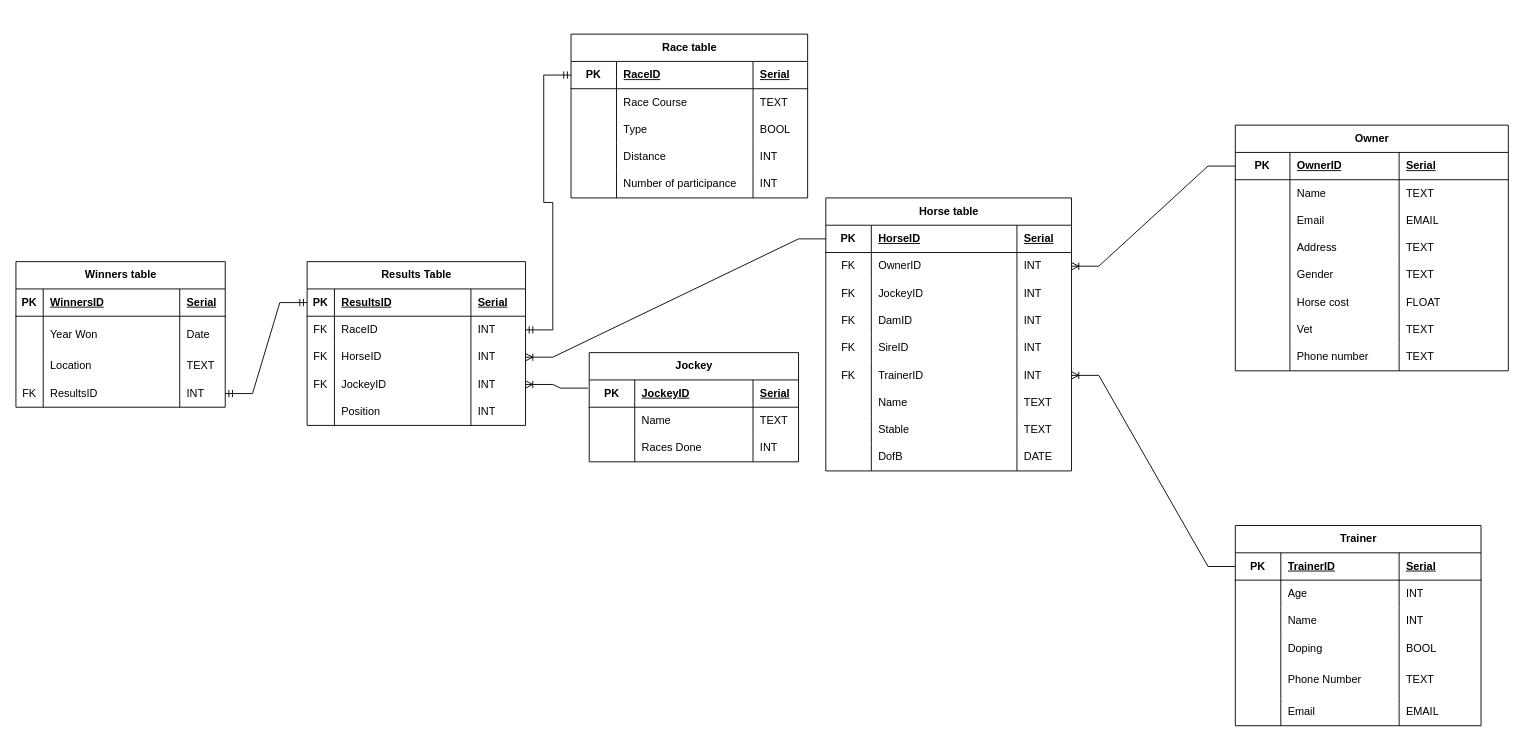
This is Database ERD.drawio from MRVN11/Database-ER-diagram, a draw.io file, before an edit. Source tidied: cells renumbered, new cells numbered last; positions are measured from the earlier drawing's top-left corner, leaving out a move shared by most shapes. Both pictures are drawn from the tidied source at 91%, with x=0, y=0 at pixel (15, 34).
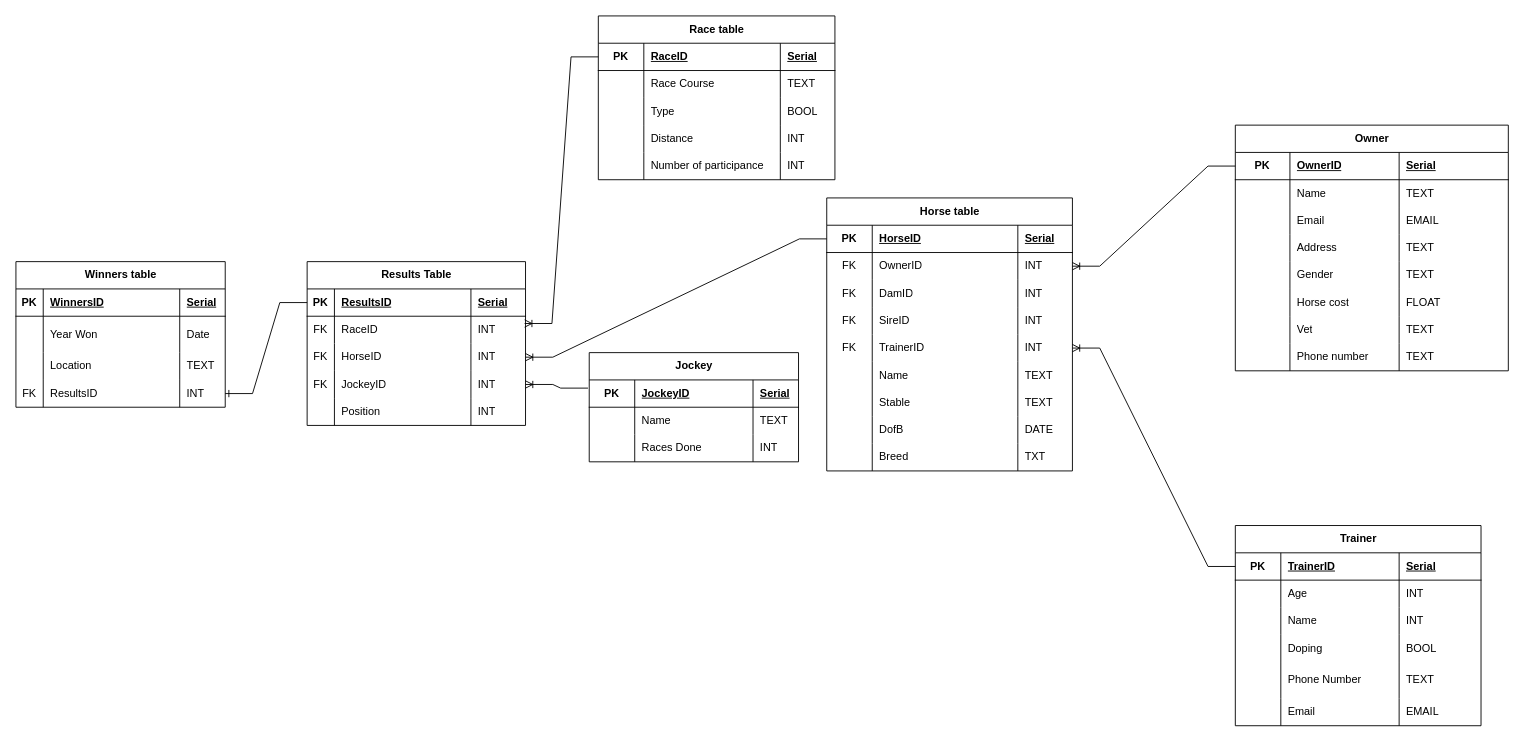
The same page after the edit.

The change refers to these unchanged cells:
```xml
<mxCell id="86" style="shape=tableRow;horizontal=0;startSize=0;swimlaneHead=0;swimlaneBody=0;fillColor=none;points=[[0,0.5],[1,0.5]];portConstraint=eastwest;top=0;left=0;right=0;bottom=1;" parent="85" vertex="1">
  <mxGeometry y="30" width="240" height="30" as="geometry" />
</mxCell>
<mxCell id="90" style="shape=tableRow;horizontal=0;startSize=0;swimlaneHead=0;swimlaneBody=0;fillColor=none;points=[[0,0.5],[1,0.5]];portConstraint=eastwest;top=0;left=0;right=0;bottom=0;" parent="85" vertex="1">
  <mxGeometry y="60" width="240" height="30" as="geometry" />
</mxCell>
<mxCell id="144" style="shape=tableRow;horizontal=0;startSize=0;swimlaneHead=0;swimlaneBody=0;fillColor=none;points=[[0,0.5],[1,0.5]];portConstraint=eastwest;top=0;left=0;right=0;bottom=0;" parent="131" vertex="1">
  <mxGeometry y="130" width="230" height="30" as="geometry" />
</mxCell>
<mxCell id="149" style="shape=tableRow;horizontal=0;startSize=0;swimlaneHead=0;swimlaneBody=0;fillColor=none;points=[[0,0.5],[1,0.5]];portConstraint=eastwest;top=0;left=0;right=0;bottom=1;" parent="148" vertex="1">
  <mxGeometry y="30" width="260" height="30" as="geometry" />
</mxCell>
```

What changed in the source:
```diff
@@
     <mxCell id="2" value="Horse table" style="shape=table;startSize=30;childLayout=tableLayout;rowLines=0;fontStyle=1;align=center;html=1;" parent="1" vertex="1">
-      <mxGeometry x="890" y="180" width="270" height="300" as="geometry" />
+      <mxGeometry x="891" y="180" width="270" height="300" as="geometry" />
     </mxCell>
@@
-    <mxCell id="11" style="shape=tableRow;horizontal=0;startSize=0;swimlaneHead=0;swimlaneBody=0;fillColor=none;top=0;left=0;right=0;bottom=0;" parent="2" vertex="1">
-      <mxGeometry y="90" width="270" height="30" as="geometry" />
-    </mxCell>
-    <mxCell id="12" value="FK" style="shape=partialRectangle;fillColor=none;top=0;left=0;bottom=0;right=0;overflow=hidden;whiteSpace=wrap;html=1;" parent="11" vertex="1">
-      <mxGeometry width="50" height="30" as="geometry" />
-    </mxCell>
-    <mxCell id="13" value="JockeyID" style="shape=partialRectangle;fillColor=none;top=0;left=0;bottom=0;right=0;align=left;spacingLeft=6;overflow=hidden;whiteSpace=wrap;html=1;" parent="11" vertex="1">
-      <mxGeometry x="50" width="160" height="30" as="geometry" />
-    </mxCell>
-    <mxCell id="14" value="INT" style="shape=partialRectangle;fillColor=none;top=0;left=0;bottom=0;right=0;align=left;spacingLeft=6;overflow=hidden;whiteSpace=wrap;html=1;" parent="11" vertex="1">
-      <mxGeometry x="210" width="60" height="30" as="geometry" />
-    </mxCell>
     <mxCell id="15" style="shape=tableRow;horizontal=0;startSize=0;swimlaneHead=0;swimlaneBody=0;fillColor=none;top=0;left=0;right=0;bottom=0;" parent="2" vertex="1">
-      <mxGeometry y="120" width="270" height="30" as="geometry" />
+      <mxGeometry y="90" width="270" height="30" as="geometry" />
     </mxCell>
@@
     <mxCell id="19" style="shape=tableRow;horizontal=0;startSize=0;swimlaneHead=0;swimlaneBody=0;fillColor=none;top=0;left=0;right=0;bottom=0;" parent="2" vertex="1">
-      <mxGeometry y="150" width="270" height="30" as="geometry" />
+      <mxGeometry y="120" width="270" height="30" as="geometry" />
     </mxCell>
@@
     <mxCell id="23" style="shape=tableRow;horizontal=0;startSize=0;swimlaneHead=0;swimlaneBody=0;fillColor=none;points=[[0,0.5],[1,0.5]];portConstraint=eastwest;top=0;left=0;right=0;bottom=0;" parent="2" vertex="1">
-      <mxGeometry y="180" width="270" height="30" as="geometry" />
+      <mxGeometry y="150" width="270" height="30" as="geometry" />
     </mxCell>
@@
     <mxCell id="27" style="shape=tableRow;horizontal=0;startSize=0;swimlaneHead=0;swimlaneBody=0;fillColor=none;top=0;left=0;right=0;bottom=0;" parent="2" vertex="1">
-      <mxGeometry y="210" width="270" height="30" as="geometry" />
+      <mxGeometry y="180" width="270" height="30" as="geometry" />
     </mxCell>
@@
     <mxCell id="31" style="shape=tableRow;horizontal=0;startSize=0;swimlaneHead=0;swimlaneBody=0;fillColor=none;top=0;left=0;right=0;bottom=0;" parent="2" vertex="1">
-      <mxGeometry y="240" width="270" height="30" as="geometry" />
+      <mxGeometry y="210" width="270" height="30" as="geometry" />
     </mxCell>
@@
     <mxCell id="35" style="shape=tableRow;horizontal=0;startSize=0;swimlaneHead=0;swimlaneBody=0;fillColor=none;top=0;left=0;right=0;bottom=0;" parent="2" vertex="1">
-      <mxGeometry y="270" width="270" height="30" as="geometry" />
+      <mxGeometry y="240" width="270" height="30" as="geometry" />
     </mxCell>
@@
+    <mxCell id="175" style="shape=tableRow;horizontal=0;startSize=0;swimlaneHead=0;swimlaneBody=0;fillColor=none;top=0;left=0;right=0;bottom=0;" parent="2" vertex="1">
+      <mxGeometry y="270" width="270" height="30" as="geometry" />
+    </mxCell>
+    <mxCell id="176" style="shape=partialRectangle;fillColor=none;top=0;left=0;bottom=0;right=0;overflow=hidden;whiteSpace=wrap;html=1;" parent="175" vertex="1">
+      <mxGeometry width="50" height="30" as="geometry" />
+    </mxCell>
+    <mxCell id="177" value="Breed" style="shape=partialRectangle;fillColor=none;top=0;left=0;bottom=0;right=0;align=left;spacingLeft=6;overflow=hidden;whiteSpace=wrap;html=1;" parent="175" vertex="1">
+      <mxGeometry x="50" width="160" height="30" as="geometry" />
+    </mxCell>
+    <mxCell id="178" value="TXT" style="shape=partialRectangle;fillColor=none;top=0;left=0;bottom=0;right=0;align=left;spacingLeft=6;overflow=hidden;whiteSpace=wrap;html=1;" parent="175" vertex="1">
+      <mxGeometry x="210" width="60" height="30" as="geometry" />
+    </mxCell>
@@
     <mxCell id="148" value="Race table" style="shape=table;startSize=30;childLayout=tableLayout;rowLines=0;fontStyle=1;align=center;html=1;" parent="1" vertex="1">
-      <mxGeometry x="610" width="260" height="180" as="geometry" />
+      <mxGeometry x="640" y="-20" width="260" height="180" as="geometry" />
     </mxCell>
@@
-    <mxCell id="171" style="edgeStyle=entityRelationEdgeStyle;fontSize=12;html=1;endArrow=ERmandOne;startArrow=ERmandOne;rounded=0;entryX=0;entryY=0.5;entryDx=0;entryDy=0;exitX=1;exitY=0.5;exitDx=0;exitDy=0;" parent="1" edge="1" source="90" target="149">
-      <mxGeometry relative="1" as="geometry">
-        <Array as="points">
-          <mxPoint x="580" y="250" />
-          <mxPoint x="480" y="710" />
-        </Array>
-      </mxGeometry>
-    </mxCell>
@@
-    <mxCell id="174" style="edgeStyle=entityRelationEdgeStyle;fontSize=12;html=1;endArrow=ERmandOne;startArrow=ERmandOne;rounded=0;entryX=0;entryY=0.5;entryDx=0;entryDy=0;exitX=1;exitY=0.5;exitDx=0;exitDy=0;" parent="1" edge="1" source="144" target="86">
-      <mxGeometry relative="1" as="geometry" />
-    </mxCell>
+    <mxCell id="179" style="edgeStyle=entityRelationEdgeStyle;fontSize=12;html=1;endArrow=ERone;endFill=1;rounded=0;entryX=1;entryY=0.5;entryDx=0;entryDy=0;exitX=0;exitY=0.5;exitDx=0;exitDy=0;" parent="1" edge="1" source="86" target="144">
+      <mxGeometry relative="1" as="geometry" />
+    </mxCell>
+    <mxCell id="180" style="edgeStyle=entityRelationEdgeStyle;fontSize=12;html=1;endArrow=ERoneToMany;rounded=0;exitX=0;exitY=0.5;exitDx=0;exitDy=0;entryX=0.996;entryY=0.267;entryDx=0;entryDy=0;entryPerimeter=0;" parent="1" edge="1" source="149" target="90">
+      <mxGeometry relative="1" as="geometry" />
+    </mxCell>
```
